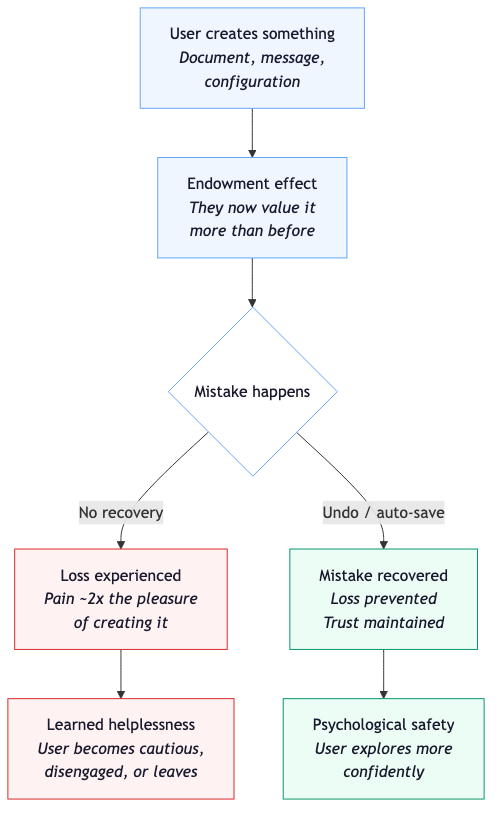
Before: content/books/small-mercies/images/fig-10.1-loss-aversion-in-interface-design.png, a diagram exported from Mermaid (mugglemagic/markbasford.co.uk). Its source is kept beside it as content/books/small-mercies/images/fig-10.1-loss-aversion-in-interface-design.mmd. Its diagram source:
```mermaid
graph TD
    A["User creates something<br/><em>Document, message,<br/>configuration</em>"] --> B["Endowment effect<br/><em>They now value it<br/>more than before</em>"]
    B --> C{"Mistake happens"}
    C -->|"No recovery"| D["Loss experienced<br/><em>Pain ~2x the pleasure<br/>of creating it</em>"]
    C -->|"Undo / auto-save"| E["Mistake recovered<br/><em>Loss prevented<br/>Trust maintained</em>"]
    D --> F["Learned helplessness<br/><em>User becomes cautious,<br/>disengaged, or leaves</em>"]
    E --> G["Psychological safety<br/><em>User explores more<br/>confidently</em>"]

    style A fill:#eff6ff,stroke:#60A5FA,color:#1a1a2e
    style B fill:#eff6ff,stroke:#60A5FA,color:#1a1a2e
    style C fill:#fff,stroke:#60A5FA,color:#1a1a2e
    style D fill:#fef2f2,stroke:#dc2626,color:#1a1a2e
    style E fill:#ecfdf5,stroke:#059669,color:#1a1a2e
    style F fill:#fef2f2,stroke:#dc2626,color:#1a1a2e
    style G fill:#ecfdf5,stroke:#059669,color:#1a1a2e
```
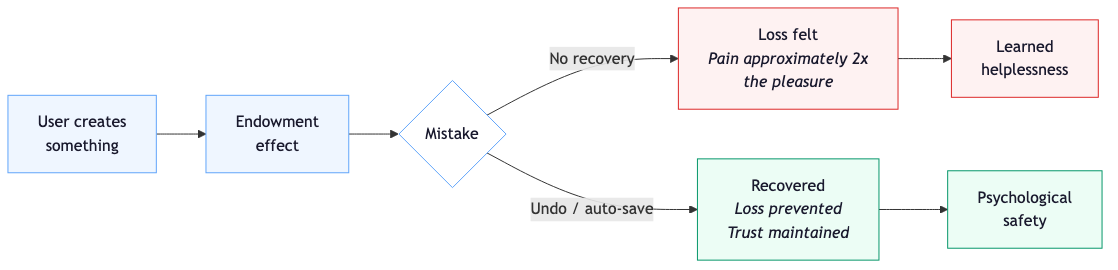
After the change.

Change to the diagram source:
```diff
@@ -1,10 +1,10 @@
-graph TD
-    A["User creates something<br/><em>Document, message,<br/>configuration</em>"] --> B["Endowment effect<br/><em>They now value it<br/>more than before</em>"]
-    B --> C{"Mistake happens"}
-    C -->|"No recovery"| D["Loss experienced<br/><em>Pain ~2x the pleasure<br/>of creating it</em>"]
-    C -->|"Undo / auto-save"| E["Mistake recovered<br/><em>Loss prevented<br/>Trust maintained</em>"]
-    D --> F["Learned helplessness<br/><em>User becomes cautious,<br/>disengaged, or leaves</em>"]
-    E --> G["Psychological safety<br/><em>User explores more<br/>confidently</em>"]
+graph LR
+    A["User creates<br/>something"] --> B["Endowment<br/>effect"]
+    B --> C{"Mistake"}
+    C -->|"No recovery"| D["Loss felt<br/><em>Pain approximately 2x<br/>the pleasure</em>"]
+    C -->|"Undo / auto-save"| E["Recovered<br/><em>Loss prevented<br/>Trust maintained</em>"]
+    D --> F["Learned<br/>helplessness"]
+    E --> G["Psychological<br/>safety"]
 
     style A fill:#eff6ff,stroke:#60A5FA,color:#1a1a2e
     style B fill:#eff6ff,stroke:#60A5FA,color:#1a1a2e
```
